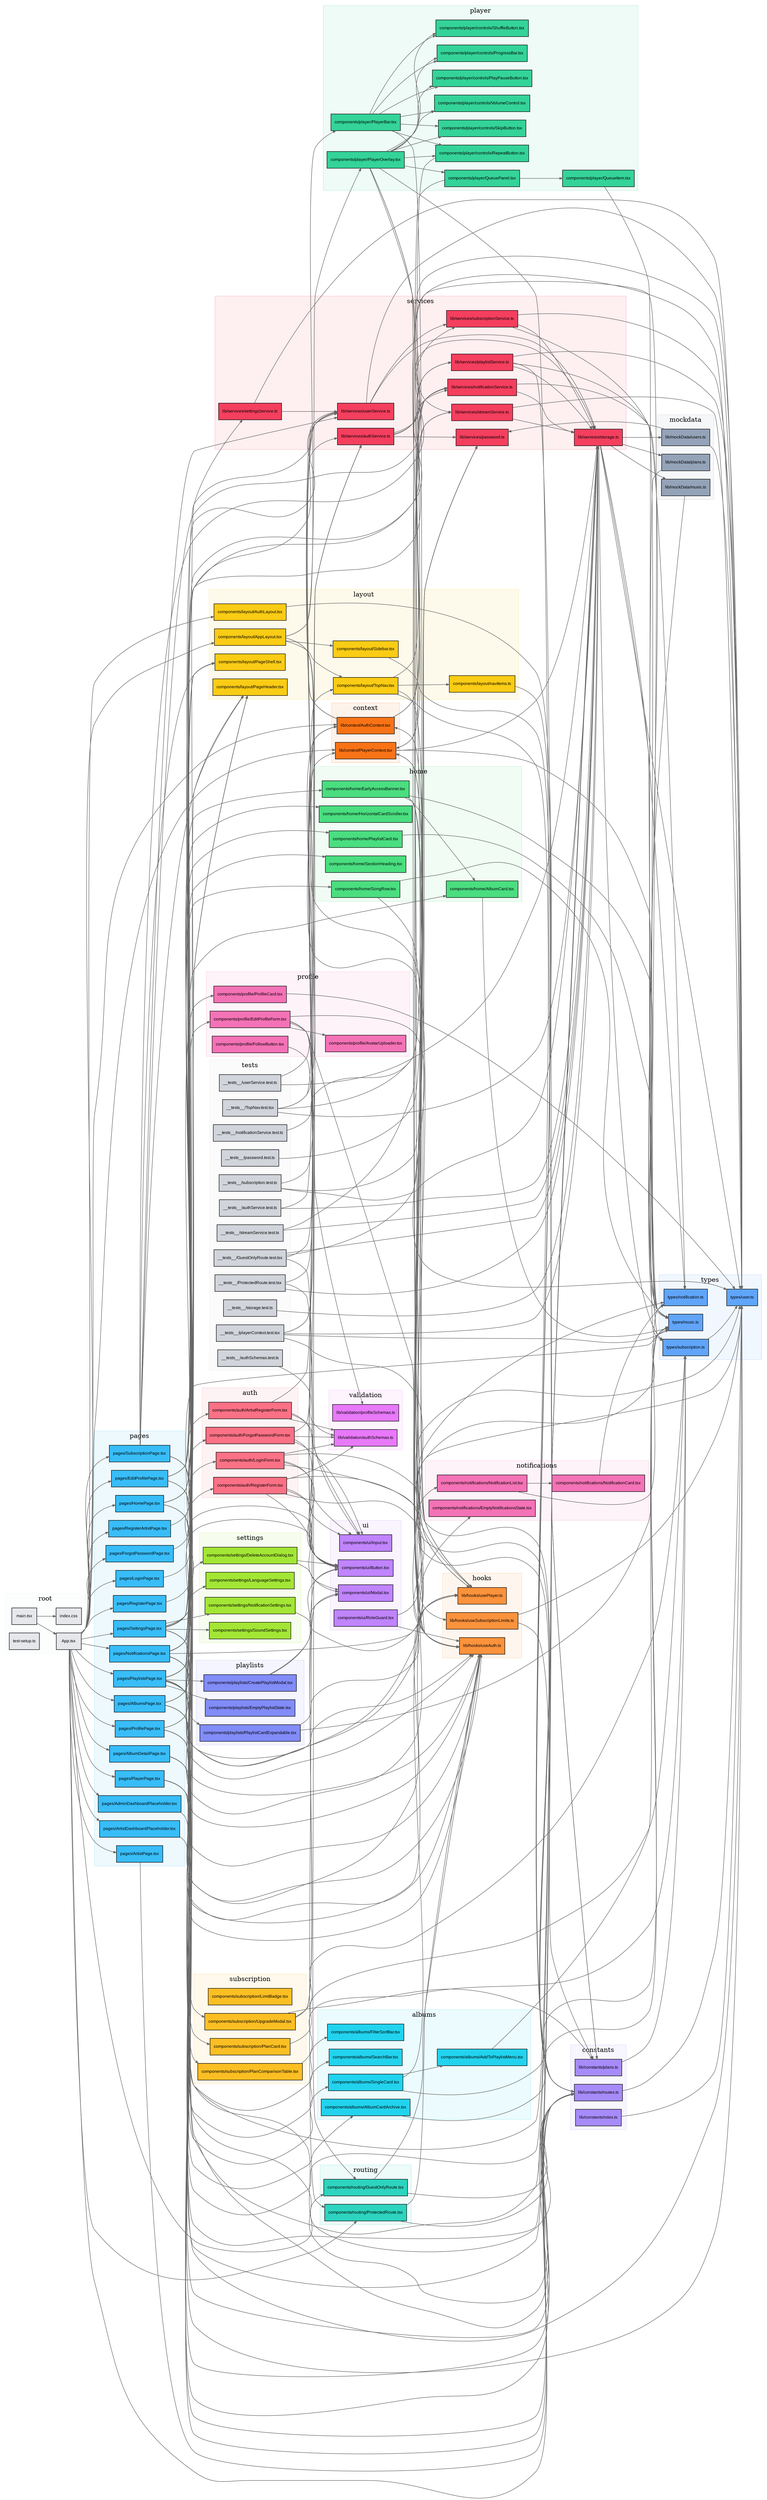
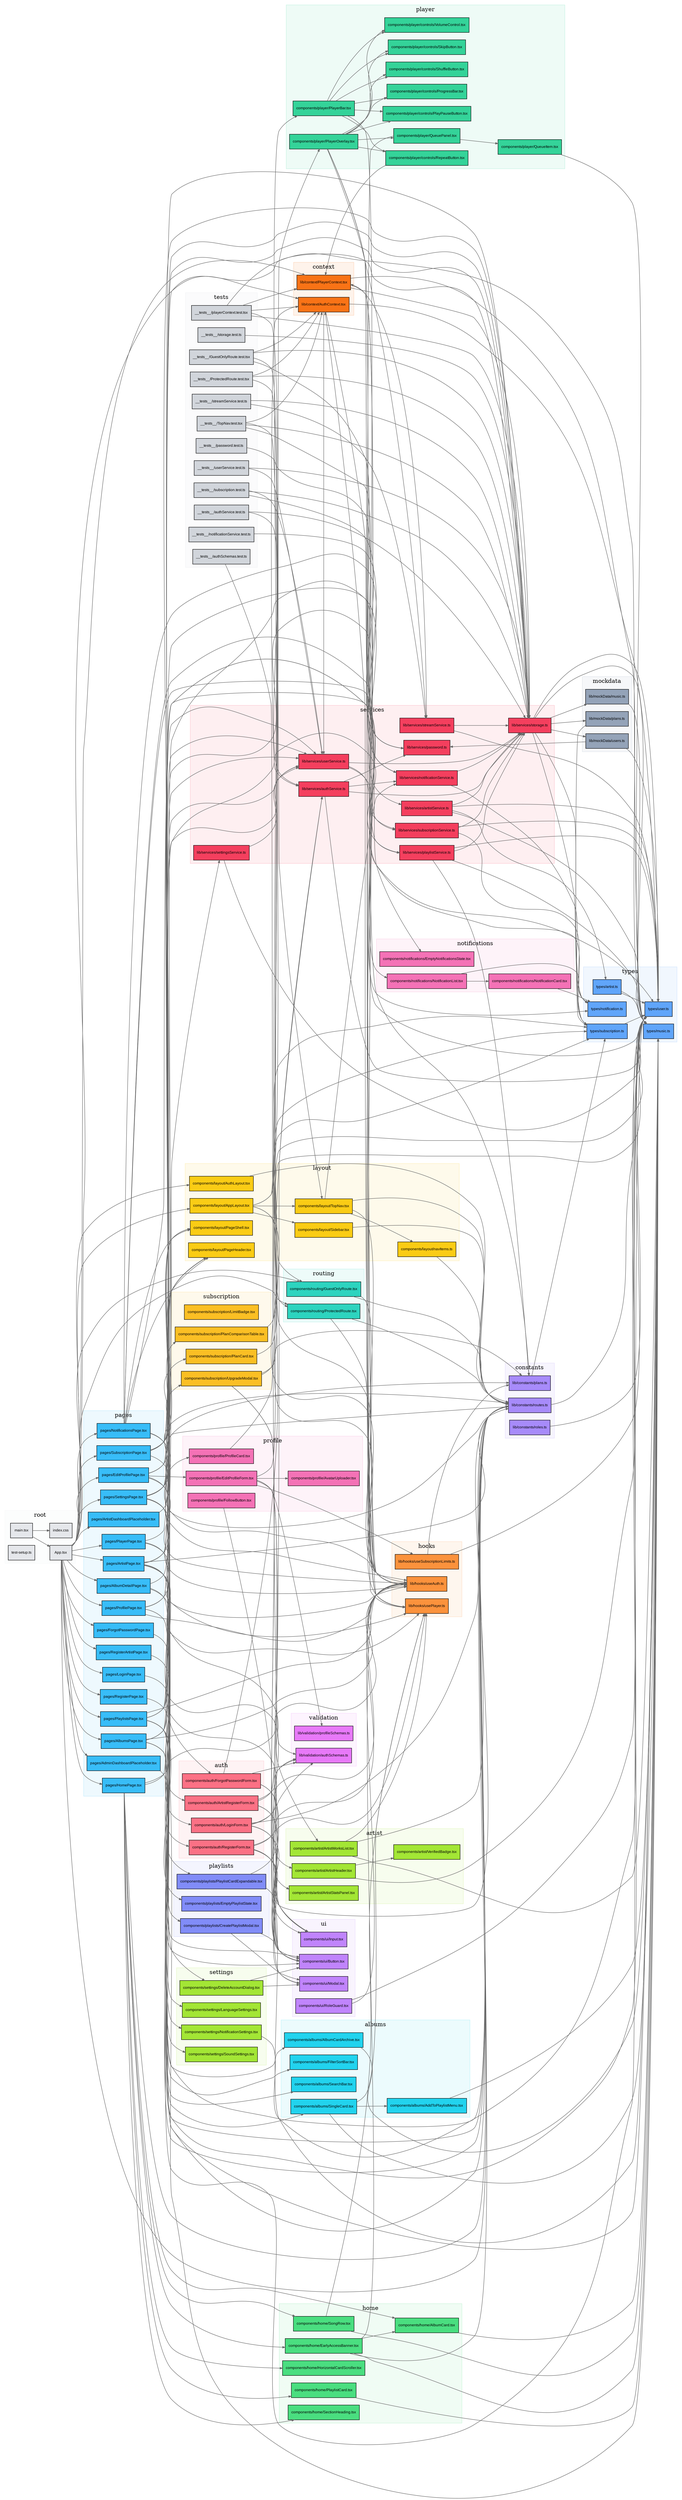
digraph G {
  rankdir=LR;
  node [shape=box, style=filled, fontname="Arial", fontsize=9];
  edge [color="#666666", arrowsize=0.6];
  compound=true;

  subgraph cluster_root {
    label="root";
    style=filled;
    color="#e5e7eb40";
    fillcolor="#e5e7eb15";
    "App.tsx" [fillcolor="#e5e7eb"];
    "index.css" [fillcolor="#e5e7eb"];
    "main.tsx" [fillcolor="#e5e7eb"];
    "test-setup.ts" [fillcolor="#e5e7eb"];
  }

  subgraph cluster_tests {
    label="tests";
    style=filled;
    color="#d1d5db40";
    fillcolor="#d1d5db15";
    "__tests__/GuestOnlyRoute.test.tsx" [fillcolor="#d1d5db"];
    "__tests__/ProtectedRoute.test.tsx" [fillcolor="#d1d5db"];
    "__tests__/TopNav.test.tsx" [fillcolor="#d1d5db"];
    "__tests__/authSchemas.test.ts" [fillcolor="#d1d5db"];
    "__tests__/authService.test.ts" [fillcolor="#d1d5db"];
    "__tests__/notificationService.test.ts" [fillcolor="#d1d5db"];
    "__tests__/password.test.ts" [fillcolor="#d1d5db"];
    "__tests__/playerContext.test.tsx" [fillcolor="#d1d5db"];
    "__tests__/storage.test.ts" [fillcolor="#d1d5db"];
    "__tests__/streamService.test.ts" [fillcolor="#d1d5db"];
    "__tests__/subscription.test.ts" [fillcolor="#d1d5db"];
    "__tests__/userService.test.ts" [fillcolor="#d1d5db"];
  }

  subgraph cluster_albums {
    label="albums";
    style=filled;
    color="#22d3ee40";
    fillcolor="#22d3ee15";
    "components/albums/AddToPlaylistMenu.tsx" [fillcolor="#22d3ee"];
    "components/albums/AlbumCardArchive.tsx" [fillcolor="#22d3ee"];
    "components/albums/FilterSortBar.tsx" [fillcolor="#22d3ee"];
    "components/albums/SearchBar.tsx" [fillcolor="#22d3ee"];
    "components/albums/SingleCard.tsx" [fillcolor="#22d3ee"];
  }

+   subgraph cluster_artist {
+     label="artist";
+     style=filled;
+     color="#a3e63540";
+     fillcolor="#a3e63515";
+     "components/artist/ArtistHeader.tsx" [fillcolor="#a3e635"];
+     "components/artist/ArtistStatsPanel.tsx" [fillcolor="#a3e635"];
+     "components/artist/ArtistWorksList.tsx" [fillcolor="#a3e635"];
+     "components/artist/VerifiedBadge.tsx" [fillcolor="#a3e635"];
+   }
+ 
  subgraph cluster_auth {
    label="auth";
    style=filled;
    color="#fb718540";
    fillcolor="#fb718515";
    "components/auth/ArtistRegisterForm.tsx" [fillcolor="#fb7185"];
    "components/auth/ForgotPasswordForm.tsx" [fillcolor="#fb7185"];
    "components/auth/LoginForm.tsx" [fillcolor="#fb7185"];
    "components/auth/RegisterForm.tsx" [fillcolor="#fb7185"];
  }

  subgraph cluster_home {
    label="home";
    style=filled;
    color="#4ade8040";
    fillcolor="#4ade8015";
    "components/home/AlbumCard.tsx" [fillcolor="#4ade80"];
    "components/home/EarlyAccessBanner.tsx" [fillcolor="#4ade80"];
    "components/home/HorizontalCardScroller.tsx" [fillcolor="#4ade80"];
    "components/home/PlaylistCard.tsx" [fillcolor="#4ade80"];
    "components/home/SectionHeading.tsx" [fillcolor="#4ade80"];
    "components/home/SongRow.tsx" [fillcolor="#4ade80"];
  }

  subgraph cluster_layout {
    label="layout";
    style=filled;
    color="#facc1540";
    fillcolor="#facc1515";
    "components/layout/AppLayout.tsx" [fillcolor="#facc15"];
    "components/layout/AuthLayout.tsx" [fillcolor="#facc15"];
    "components/layout/PageHeader.tsx" [fillcolor="#facc15"];
    "components/layout/PageShell.tsx" [fillcolor="#facc15"];
    "components/layout/Sidebar.tsx" [fillcolor="#facc15"];
    "components/layout/TopNav.tsx" [fillcolor="#facc15"];
    "components/layout/navItems.ts" [fillcolor="#facc15"];
  }

  subgraph cluster_notifications {
    label="notifications";
    style=filled;
    color="#f472b640";
    fillcolor="#f472b615";
    "components/notifications/EmptyNotificationsState.tsx" [fillcolor="#f472b6"];
    "components/notifications/NotificationCard.tsx" [fillcolor="#f472b6"];
    "components/notifications/NotificationList.tsx" [fillcolor="#f472b6"];
  }

  subgraph cluster_player {
    label="player";
    style=filled;
    color="#34d39940";
    fillcolor="#34d39915";
    "components/player/PlayerBar.tsx" [fillcolor="#34d399"];
    "components/player/PlayerOverlay.tsx" [fillcolor="#34d399"];
    "components/player/QueueItem.tsx" [fillcolor="#34d399"];
    "components/player/QueuePanel.tsx" [fillcolor="#34d399"];
    "components/player/controls/PlayPauseButton.tsx" [fillcolor="#34d399"];
    "components/player/controls/ProgressBar.tsx" [fillcolor="#34d399"];
    "components/player/controls/RepeatButton.tsx" [fillcolor="#34d399"];
    "components/player/controls/ShuffleButton.tsx" [fillcolor="#34d399"];
    "components/player/controls/SkipButton.tsx" [fillcolor="#34d399"];
    "components/player/controls/VolumeControl.tsx" [fillcolor="#34d399"];
  }

  subgraph cluster_playlists {
    label="playlists";
    style=filled;
    color="#818cf840";
    fillcolor="#818cf815";
    "components/playlists/CreatePlaylistModal.tsx" [fillcolor="#818cf8"];
    "components/playlists/EmptyPlaylistState.tsx" [fillcolor="#818cf8"];
    "components/playlists/PlaylistCardExpandable.tsx" [fillcolor="#818cf8"];
  }

  subgraph cluster_profile {
    label="profile";
    style=filled;
    color="#f472b640";
    fillcolor="#f472b615";
    "components/profile/AvatarUploader.tsx" [fillcolor="#f472b6"];
    "components/profile/EditProfileForm.tsx" [fillcolor="#f472b6"];
    "components/profile/FollowButton.tsx" [fillcolor="#f472b6"];
    "components/profile/ProfileCard.tsx" [fillcolor="#f472b6"];
  }

  subgraph cluster_routing {
    label="routing";
    style=filled;
    color="#2dd4bf40";
    fillcolor="#2dd4bf15";
    "components/routing/GuestOnlyRoute.tsx" [fillcolor="#2dd4bf"];
    "components/routing/ProtectedRoute.tsx" [fillcolor="#2dd4bf"];
  }

  subgraph cluster_settings {
    label="settings";
    style=filled;
    color="#a3e63540";
    fillcolor="#a3e63515";
    "components/settings/DeleteAccountDialog.tsx" [fillcolor="#a3e635"];
    "components/settings/LanguageSettings.tsx" [fillcolor="#a3e635"];
    "components/settings/NotificationSettings.tsx" [fillcolor="#a3e635"];
    "components/settings/SoundSettings.tsx" [fillcolor="#a3e635"];
  }

  subgraph cluster_subscription {
    label="subscription";
    style=filled;
    color="#fbbf2440";
    fillcolor="#fbbf2415";
    "components/subscription/LimitBadge.tsx" [fillcolor="#fbbf24"];
    "components/subscription/PlanCard.tsx" [fillcolor="#fbbf24"];
    "components/subscription/PlanComparisonTable.tsx" [fillcolor="#fbbf24"];
    "components/subscription/UpgradeModal.tsx" [fillcolor="#fbbf24"];
  }

  subgraph cluster_ui {
    label="ui";
    style=filled;
    color="#c084fc40";
    fillcolor="#c084fc15";
    "components/ui/Button.tsx" [fillcolor="#c084fc"];
    "components/ui/Input.tsx" [fillcolor="#c084fc"];
    "components/ui/Modal.tsx" [fillcolor="#c084fc"];
    "components/ui/RoleGuard.tsx" [fillcolor="#c084fc"];
  }

  subgraph cluster_constants {
    label="constants";
    style=filled;
    color="#a78bfa40";
    fillcolor="#a78bfa15";
    "lib/constants/plans.ts" [fillcolor="#a78bfa"];
    "lib/constants/roles.ts" [fillcolor="#a78bfa"];
    "lib/constants/routes.ts" [fillcolor="#a78bfa"];
  }

  subgraph cluster_context {
    label="context";
    style=filled;
    color="#f9731640";
    fillcolor="#f9731615";
    "lib/context/AuthContext.tsx" [fillcolor="#f97316"];
    "lib/context/PlayerContext.tsx" [fillcolor="#f97316"];
  }

  subgraph cluster_hooks {
    label="hooks";
    style=filled;
    color="#fb923c40";
    fillcolor="#fb923c15";
    "lib/hooks/useAuth.ts" [fillcolor="#fb923c"];
    "lib/hooks/usePlayer.ts" [fillcolor="#fb923c"];
    "lib/hooks/useSubscriptionLimits.ts" [fillcolor="#fb923c"];
  }

  subgraph cluster_mockdata {
    label="mockdata";
    style=filled;
    color="#94a3b840";
    fillcolor="#94a3b815";
    "lib/mockData/music.ts" [fillcolor="#94a3b8"];
    "lib/mockData/plans.ts" [fillcolor="#94a3b8"];
    "lib/mockData/users.ts" [fillcolor="#94a3b8"];
  }

  subgraph cluster_services {
    label="services";
    style=filled;
    color="#f43f5e40";
    fillcolor="#f43f5e15";
+     "lib/services/artistService.ts" [fillcolor="#f43f5e"];
    "lib/services/authService.ts" [fillcolor="#f43f5e"];
    "lib/services/notificationService.ts" [fillcolor="#f43f5e"];
    "lib/services/password.ts" [fillcolor="#f43f5e"];
    "lib/services/playlistService.ts" [fillcolor="#f43f5e"];
    "lib/services/settingsService.ts" [fillcolor="#f43f5e"];
    "lib/services/storage.ts" [fillcolor="#f43f5e"];
    "lib/services/streamService.ts" [fillcolor="#f43f5e"];
    "lib/services/subscriptionService.ts" [fillcolor="#f43f5e"];
    "lib/services/userService.ts" [fillcolor="#f43f5e"];
  }

  subgraph cluster_validation {
    label="validation";
    style=filled;
    color="#e879f940";
    fillcolor="#e879f915";
    "lib/validation/authSchemas.ts" [fillcolor="#e879f9"];
    "lib/validation/profileSchemas.ts" [fillcolor="#e879f9"];
  }

  subgraph cluster_pages {
    label="pages";
    style=filled;
    color="#38bdf840";
    fillcolor="#38bdf815";
    "pages/AdminDashboardPlaceholder.tsx" [fillcolor="#38bdf8"];
    "pages/AlbumDetailPage.tsx" [fillcolor="#38bdf8"];
    "pages/AlbumsPage.tsx" [fillcolor="#38bdf8"];
    "pages/ArtistDashboardPlaceholder.tsx" [fillcolor="#38bdf8"];
    "pages/ArtistPage.tsx" [fillcolor="#38bdf8"];
    "pages/EditProfilePage.tsx" [fillcolor="#38bdf8"];
    "pages/ForgotPasswordPage.tsx" [fillcolor="#38bdf8"];
    "pages/HomePage.tsx" [fillcolor="#38bdf8"];
    "pages/LoginPage.tsx" [fillcolor="#38bdf8"];
    "pages/NotificationsPage.tsx" [fillcolor="#38bdf8"];
    "pages/PlayerPage.tsx" [fillcolor="#38bdf8"];
    "pages/PlaylistsPage.tsx" [fillcolor="#38bdf8"];
    "pages/ProfilePage.tsx" [fillcolor="#38bdf8"];
    "pages/RegisterArtistPage.tsx" [fillcolor="#38bdf8"];
    "pages/RegisterPage.tsx" [fillcolor="#38bdf8"];
    "pages/SettingsPage.tsx" [fillcolor="#38bdf8"];
    "pages/SubscriptionPage.tsx" [fillcolor="#38bdf8"];
  }

  subgraph cluster_types {
    label="types";
    style=filled;
    color="#60a5fa40";
    fillcolor="#60a5fa15";
+     "types/artist.ts" [fillcolor="#60a5fa"];
    "types/music.ts" [fillcolor="#60a5fa"];
    "types/notification.ts" [fillcolor="#60a5fa"];
    "types/subscription.ts" [fillcolor="#60a5fa"];
    "types/user.ts" [fillcolor="#60a5fa"];
  }

  "App.tsx" -> "components/layout/AppLayout.tsx";
  "App.tsx" -> "components/layout/AuthLayout.tsx";
  "App.tsx" -> "components/routing/GuestOnlyRoute.tsx";
  "App.tsx" -> "components/routing/ProtectedRoute.tsx";
  "App.tsx" -> "lib/constants/routes.ts";
  "App.tsx" -> "lib/context/AuthContext.tsx";
  "App.tsx" -> "lib/context/PlayerContext.tsx";
  "App.tsx" -> "pages/AdminDashboardPlaceholder.tsx";
  "App.tsx" -> "pages/AlbumDetailPage.tsx";
  "App.tsx" -> "pages/AlbumsPage.tsx";
  "App.tsx" -> "pages/ArtistDashboardPlaceholder.tsx";
  "App.tsx" -> "pages/ArtistPage.tsx";
  "App.tsx" -> "pages/EditProfilePage.tsx";
  "App.tsx" -> "pages/ForgotPasswordPage.tsx";
  "App.tsx" -> "pages/HomePage.tsx";
  "App.tsx" -> "pages/LoginPage.tsx";
  "App.tsx" -> "pages/NotificationsPage.tsx";
  "App.tsx" -> "pages/PlayerPage.tsx";
  "App.tsx" -> "pages/PlaylistsPage.tsx";
  "App.tsx" -> "pages/ProfilePage.tsx";
  "App.tsx" -> "pages/RegisterArtistPage.tsx";
  "App.tsx" -> "pages/RegisterPage.tsx";
  "App.tsx" -> "pages/SettingsPage.tsx";
  "App.tsx" -> "pages/SubscriptionPage.tsx";
  "__tests__/GuestOnlyRoute.test.tsx" -> "components/routing/GuestOnlyRoute.tsx";
  "__tests__/GuestOnlyRoute.test.tsx" -> "lib/context/AuthContext.tsx";
  "__tests__/GuestOnlyRoute.test.tsx" -> "lib/services/password.ts";
  "__tests__/GuestOnlyRoute.test.tsx" -> "lib/services/storage.ts";
  "__tests__/ProtectedRoute.test.tsx" -> "components/routing/ProtectedRoute.tsx";
  "__tests__/ProtectedRoute.test.tsx" -> "lib/context/AuthContext.tsx";
  "__tests__/ProtectedRoute.test.tsx" -> "lib/services/storage.ts";
  "__tests__/TopNav.test.tsx" -> "components/layout/TopNav.tsx";
  "__tests__/TopNav.test.tsx" -> "lib/context/AuthContext.tsx";
  "__tests__/TopNav.test.tsx" -> "lib/services/password.ts";
  "__tests__/TopNav.test.tsx" -> "lib/services/storage.ts";
  "__tests__/authSchemas.test.ts" -> "lib/validation/authSchemas.ts";
  "__tests__/authService.test.ts" -> "lib/services/authService.ts";
  "__tests__/authService.test.ts" -> "lib/services/storage.ts";
  "__tests__/notificationService.test.ts" -> "lib/services/notificationService.ts";
  "__tests__/password.test.ts" -> "lib/services/password.ts";
  "__tests__/playerContext.test.tsx" -> "lib/context/AuthContext.tsx";
  "__tests__/playerContext.test.tsx" -> "lib/context/PlayerContext.tsx";
  "__tests__/playerContext.test.tsx" -> "lib/hooks/useAuth.ts";
  "__tests__/playerContext.test.tsx" -> "lib/services/storage.ts";
  "__tests__/playerContext.test.tsx" -> "types/music.ts";
  "__tests__/storage.test.ts" -> "lib/services/storage.ts";
  "__tests__/streamService.test.ts" -> "lib/services/storage.ts";
  "__tests__/streamService.test.ts" -> "lib/services/streamService.ts";
  "__tests__/subscription.test.ts" -> "lib/services/password.ts";
  "__tests__/subscription.test.ts" -> "lib/services/storage.ts";
  "__tests__/subscription.test.ts" -> "lib/services/userService.ts";
  "__tests__/userService.test.ts" -> "lib/services/storage.ts";
  "__tests__/userService.test.ts" -> "lib/services/userService.ts";
  "components/albums/AddToPlaylistMenu.tsx" -> "types/music.ts";
  "components/albums/AlbumCardArchive.tsx" -> "types/music.ts";
  "components/albums/SingleCard.tsx" -> "components/albums/AddToPlaylistMenu.tsx";
  "components/albums/SingleCard.tsx" -> "lib/hooks/usePlayer.ts";
  "components/albums/SingleCard.tsx" -> "types/music.ts";
+   "components/artist/ArtistHeader.tsx" -> "components/artist/VerifiedBadge.tsx";
+   "components/artist/ArtistHeader.tsx" -> "types/user.ts";
+   "components/artist/ArtistWorksList.tsx" -> "lib/constants/routes.ts";
+   "components/artist/ArtistWorksList.tsx" -> "lib/hooks/usePlayer.ts";
+   "components/artist/ArtistWorksList.tsx" -> "types/music.ts";
  "components/auth/ArtistRegisterForm.tsx" -> "components/ui/Button.tsx";
  "components/auth/ArtistRegisterForm.tsx" -> "components/ui/Input.tsx";
  "components/auth/ArtistRegisterForm.tsx" -> "lib/services/authService.ts";
  "components/auth/ArtistRegisterForm.tsx" -> "lib/validation/authSchemas.ts";
  "components/auth/ForgotPasswordForm.tsx" -> "components/ui/Button.tsx";
  "components/auth/ForgotPasswordForm.tsx" -> "components/ui/Input.tsx";
  "components/auth/ForgotPasswordForm.tsx" -> "lib/services/authService.ts";
  "components/auth/ForgotPasswordForm.tsx" -> "lib/validation/authSchemas.ts";
  "components/auth/LoginForm.tsx" -> "components/ui/Button.tsx";
  "components/auth/LoginForm.tsx" -> "components/ui/Input.tsx";
  "components/auth/LoginForm.tsx" -> "lib/constants/routes.ts";
  "components/auth/LoginForm.tsx" -> "lib/hooks/useAuth.ts";
  "components/auth/LoginForm.tsx" -> "lib/validation/authSchemas.ts";
  "components/auth/RegisterForm.tsx" -> "components/ui/Button.tsx";
  "components/auth/RegisterForm.tsx" -> "components/ui/Input.tsx";
  "components/auth/RegisterForm.tsx" -> "components/ui/Modal.tsx";
  "components/auth/RegisterForm.tsx" -> "lib/constants/routes.ts";
  "components/auth/RegisterForm.tsx" -> "lib/hooks/useAuth.ts";
  "components/auth/RegisterForm.tsx" -> "lib/validation/authSchemas.ts";
  "components/home/AlbumCard.tsx" -> "types/music.ts";
  "components/home/EarlyAccessBanner.tsx" -> "components/home/AlbumCard.tsx";
  "components/home/EarlyAccessBanner.tsx" -> "lib/constants/routes.ts";
  "components/home/EarlyAccessBanner.tsx" -> "lib/hooks/useAuth.ts";
  "components/home/EarlyAccessBanner.tsx" -> "types/music.ts";
  "components/home/PlaylistCard.tsx" -> "types/music.ts";
  "components/home/SongRow.tsx" -> "lib/hooks/usePlayer.ts";
  "components/home/SongRow.tsx" -> "types/music.ts";
  "components/layout/AppLayout.tsx" -> "components/layout/Sidebar.tsx";
  "components/layout/AppLayout.tsx" -> "components/layout/TopNav.tsx";
  "components/layout/AppLayout.tsx" -> "components/player/PlayerBar.tsx";
  "components/layout/AppLayout.tsx" -> "components/player/PlayerOverlay.tsx";
  "components/layout/AppLayout.tsx" -> "lib/hooks/useAuth.ts";
  "components/layout/AppLayout.tsx" -> "lib/hooks/usePlayer.ts";
  "components/layout/AuthLayout.tsx" -> "lib/constants/routes.ts";
  "components/layout/Sidebar.tsx" -> "lib/constants/routes.ts";
  "components/layout/TopNav.tsx" -> "components/layout/navItems.ts";
  "components/layout/TopNav.tsx" -> "lib/constants/routes.ts";
  "components/layout/TopNav.tsx" -> "lib/hooks/useAuth.ts";
  "components/layout/TopNav.tsx" -> "lib/services/notificationService.ts";
  "components/layout/navItems.ts" -> "lib/constants/routes.ts";
  "components/notifications/NotificationCard.tsx" -> "types/notification.ts";
  "components/notifications/NotificationList.tsx" -> "components/notifications/NotificationCard.tsx";
  "components/notifications/NotificationList.tsx" -> "types/notification.ts";
  "components/player/PlayerBar.tsx" -> "components/player/controls/PlayPauseButton.tsx";
  "components/player/PlayerBar.tsx" -> "components/player/controls/ProgressBar.tsx";
  "components/player/PlayerBar.tsx" -> "components/player/controls/RepeatButton.tsx";
  "components/player/PlayerBar.tsx" -> "components/player/controls/ShuffleButton.tsx";
  "components/player/PlayerBar.tsx" -> "components/player/controls/SkipButton.tsx";
  "components/player/PlayerBar.tsx" -> "components/player/controls/VolumeControl.tsx";
  "components/player/PlayerBar.tsx" -> "lib/hooks/usePlayer.ts";
  "components/player/PlayerOverlay.tsx" -> "components/player/QueuePanel.tsx";
  "components/player/PlayerOverlay.tsx" -> "components/player/controls/PlayPauseButton.tsx";
  "components/player/PlayerOverlay.tsx" -> "components/player/controls/ProgressBar.tsx";
  "components/player/PlayerOverlay.tsx" -> "components/player/controls/RepeatButton.tsx";
  "components/player/PlayerOverlay.tsx" -> "components/player/controls/ShuffleButton.tsx";
  "components/player/PlayerOverlay.tsx" -> "components/player/controls/SkipButton.tsx";
  "components/player/PlayerOverlay.tsx" -> "components/player/controls/VolumeControl.tsx";
  "components/player/PlayerOverlay.tsx" -> "lib/constants/plans.ts";
  "components/player/PlayerOverlay.tsx" -> "lib/hooks/useAuth.ts";
  "components/player/PlayerOverlay.tsx" -> "lib/hooks/usePlayer.ts";
  "components/player/PlayerOverlay.tsx" -> "lib/services/streamService.ts";
  "components/player/QueueItem.tsx" -> "types/music.ts";
  "components/player/QueuePanel.tsx" -> "components/player/QueueItem.tsx";
  "components/player/QueuePanel.tsx" -> "lib/hooks/usePlayer.ts";
  "components/player/controls/RepeatButton.tsx" -> "lib/context/PlayerContext.tsx";
  "components/playlists/CreatePlaylistModal.tsx" -> "components/ui/Button.tsx";
  "components/playlists/CreatePlaylistModal.tsx" -> "components/ui/Modal.tsx";
  "components/playlists/PlaylistCardExpandable.tsx" -> "lib/hooks/usePlayer.ts";
  "components/playlists/PlaylistCardExpandable.tsx" -> "types/music.ts";
  "components/profile/EditProfileForm.tsx" -> "components/profile/AvatarUploader.tsx";
  "components/profile/EditProfileForm.tsx" -> "components/ui/Button.tsx";
  "components/profile/EditProfileForm.tsx" -> "components/ui/Input.tsx";
  "components/profile/EditProfileForm.tsx" -> "lib/hooks/useSubscriptionLimits.ts";
  "components/profile/EditProfileForm.tsx" -> "lib/validation/profileSchemas.ts";
  "components/profile/EditProfileForm.tsx" -> "types/user.ts";
  "components/profile/FollowButton.tsx" -> "components/ui/Button.tsx";
  "components/profile/ProfileCard.tsx" -> "types/user.ts";
  "components/routing/GuestOnlyRoute.tsx" -> "lib/constants/routes.ts";
  "components/routing/GuestOnlyRoute.tsx" -> "lib/hooks/useAuth.ts";
  "components/routing/ProtectedRoute.tsx" -> "lib/constants/routes.ts";
  "components/routing/ProtectedRoute.tsx" -> "lib/hooks/useAuth.ts";
  "components/settings/DeleteAccountDialog.tsx" -> "components/ui/Button.tsx";
  "components/settings/DeleteAccountDialog.tsx" -> "components/ui/Modal.tsx";
  "components/settings/NotificationSettings.tsx" -> "types/user.ts";
  "components/subscription/PlanCard.tsx" -> "types/subscription.ts";
  "components/subscription/PlanComparisonTable.tsx" -> "types/subscription.ts";
  "components/subscription/UpgradeModal.tsx" -> "components/ui/Button.tsx";
  "components/subscription/UpgradeModal.tsx" -> "components/ui/Modal.tsx";
  "components/subscription/UpgradeModal.tsx" -> "lib/constants/plans.ts";
  "components/subscription/UpgradeModal.tsx" -> "types/subscription.ts";
  "components/ui/RoleGuard.tsx" -> "lib/hooks/useAuth.ts";
  "components/ui/RoleGuard.tsx" -> "types/user.ts";
  "lib/constants/plans.ts" -> "types/subscription.ts";
  "lib/constants/roles.ts" -> "types/user.ts";
  "lib/constants/routes.ts" -> "types/user.ts";
  "lib/context/AuthContext.tsx" -> "lib/services/authService.ts";
  "lib/context/AuthContext.tsx" -> "lib/services/notificationService.ts";
  "lib/context/AuthContext.tsx" -> "lib/services/userService.ts";
  "lib/context/AuthContext.tsx" -> "types/user.ts";
  "lib/context/PlayerContext.tsx" -> "lib/hooks/useAuth.ts";
  "lib/context/PlayerContext.tsx" -> "lib/services/storage.ts";
  "lib/context/PlayerContext.tsx" -> "lib/services/streamService.ts";
  "lib/context/PlayerContext.tsx" -> "types/music.ts";
  "lib/hooks/useAuth.ts" -> "lib/context/AuthContext.tsx";
  "lib/hooks/usePlayer.ts" -> "lib/context/PlayerContext.tsx";
  "lib/hooks/useSubscriptionLimits.ts" -> "lib/constants/plans.ts";
  "lib/hooks/useSubscriptionLimits.ts" -> "types/user.ts";
  "lib/mockData/music.ts" -> "types/music.ts";
  "lib/mockData/plans.ts" -> "types/subscription.ts";
  "lib/mockData/users.ts" -> "lib/services/password.ts";
  "lib/mockData/users.ts" -> "types/user.ts";
+   "lib/services/artistService.ts" -> "lib/services/storage.ts";
+   "lib/services/artistService.ts" -> "types/artist.ts";
+   "lib/services/artistService.ts" -> "types/music.ts";
+   "lib/services/artistService.ts" -> "types/user.ts";
  "lib/services/authService.ts" -> "lib/services/notificationService.ts";
  "lib/services/authService.ts" -> "lib/services/password.ts";
  "lib/services/authService.ts" -> "lib/services/storage.ts";
  "lib/services/authService.ts" -> "types/user.ts";
  "lib/services/notificationService.ts" -> "lib/services/storage.ts";
  "lib/services/notificationService.ts" -> "types/notification.ts";
  "lib/services/playlistService.ts" -> "lib/constants/plans.ts";
  "lib/services/playlistService.ts" -> "lib/services/storage.ts";
  "lib/services/playlistService.ts" -> "types/music.ts";
  "lib/services/playlistService.ts" -> "types/user.ts";
  "lib/services/settingsService.ts" -> "lib/services/userService.ts";
  "lib/services/settingsService.ts" -> "types/user.ts";
  "lib/services/storage.ts" -> "lib/mockData/music.ts";
  "lib/services/storage.ts" -> "lib/mockData/plans.ts";
  "lib/services/storage.ts" -> "lib/mockData/users.ts";
  "lib/services/storage.ts" -> "types/music.ts";
  "lib/services/storage.ts" -> "types/notification.ts";
  "lib/services/storage.ts" -> "types/subscription.ts";
  "lib/services/storage.ts" -> "types/user.ts";
  "lib/services/streamService.ts" -> "lib/services/storage.ts";
  "lib/services/streamService.ts" -> "types/user.ts";
  "lib/services/subscriptionService.ts" -> "lib/services/storage.ts";
  "lib/services/subscriptionService.ts" -> "types/subscription.ts";
  "lib/services/subscriptionService.ts" -> "types/user.ts";
  "lib/services/userService.ts" -> "lib/services/storage.ts";
  "lib/services/userService.ts" -> "lib/services/subscriptionService.ts";
  "lib/services/userService.ts" -> "types/user.ts";
  "main.tsx" -> "App.tsx";
  "main.tsx" -> "index.css";
  "pages/AdminDashboardPlaceholder.tsx" -> "lib/constants/routes.ts";
  "pages/AlbumDetailPage.tsx" -> "lib/constants/routes.ts";
  "pages/AlbumDetailPage.tsx" -> "lib/hooks/usePlayer.ts";
  "pages/AlbumDetailPage.tsx" -> "lib/services/storage.ts";
  "pages/AlbumsPage.tsx" -> "components/albums/AlbumCardArchive.tsx";
  "pages/AlbumsPage.tsx" -> "components/albums/FilterSortBar.tsx";
  "pages/AlbumsPage.tsx" -> "components/albums/SearchBar.tsx";
  "pages/AlbumsPage.tsx" -> "components/albums/SingleCard.tsx";
  "pages/AlbumsPage.tsx" -> "components/layout/PageHeader.tsx";
  "pages/AlbumsPage.tsx" -> "lib/hooks/useAuth.ts";
  "pages/AlbumsPage.tsx" -> "lib/services/playlistService.ts";
  "pages/AlbumsPage.tsx" -> "lib/services/storage.ts";
  "pages/AlbumsPage.tsx" -> "types/music.ts";
  "pages/ArtistDashboardPlaceholder.tsx" -> "lib/constants/routes.ts";
+   "pages/ArtistPage.tsx" -> "components/artist/ArtistHeader.tsx";
+   "pages/ArtistPage.tsx" -> "components/artist/ArtistStatsPanel.tsx";
+   "pages/ArtistPage.tsx" -> "components/artist/ArtistWorksList.tsx";
+   "pages/ArtistPage.tsx" -> "lib/constants/plans.ts";
  "pages/ArtistPage.tsx" -> "lib/constants/routes.ts";
+   "pages/ArtistPage.tsx" -> "lib/hooks/useAuth.ts";
+   "pages/ArtistPage.tsx" -> "lib/services/artistService.ts";
+   "pages/ArtistPage.tsx" -> "lib/services/userService.ts";
+   "pages/ArtistPage.tsx" -> "types/user.ts";
  "pages/EditProfilePage.tsx" -> "components/layout/PageHeader.tsx";
  "pages/EditProfilePage.tsx" -> "components/layout/PageShell.tsx";
  "pages/EditProfilePage.tsx" -> "components/profile/EditProfileForm.tsx";
  "pages/EditProfilePage.tsx" -> "lib/constants/routes.ts";
  "pages/EditProfilePage.tsx" -> "lib/hooks/useAuth.ts";
  "pages/EditProfilePage.tsx" -> "lib/services/userService.ts";
  "pages/ForgotPasswordPage.tsx" -> "components/auth/ForgotPasswordForm.tsx";
  "pages/HomePage.tsx" -> "components/home/AlbumCard.tsx";
  "pages/HomePage.tsx" -> "components/home/EarlyAccessBanner.tsx";
  "pages/HomePage.tsx" -> "components/home/HorizontalCardScroller.tsx";
  "pages/HomePage.tsx" -> "components/home/PlaylistCard.tsx";
  "pages/HomePage.tsx" -> "components/home/SectionHeading.tsx";
  "pages/HomePage.tsx" -> "components/home/SongRow.tsx";
  "pages/HomePage.tsx" -> "lib/constants/routes.ts";
  "pages/HomePage.tsx" -> "lib/hooks/useAuth.ts";
  "pages/HomePage.tsx" -> "lib/services/storage.ts";
  "pages/LoginPage.tsx" -> "components/auth/LoginForm.tsx";
  "pages/NotificationsPage.tsx" -> "components/layout/PageHeader.tsx";
  "pages/NotificationsPage.tsx" -> "components/layout/PageShell.tsx";
  "pages/NotificationsPage.tsx" -> "components/notifications/EmptyNotificationsState.tsx";
  "pages/NotificationsPage.tsx" -> "components/notifications/NotificationList.tsx";
  "pages/NotificationsPage.tsx" -> "components/ui/Button.tsx";
  "pages/NotificationsPage.tsx" -> "lib/hooks/useAuth.ts";
  "pages/NotificationsPage.tsx" -> "lib/services/notificationService.ts";
  "pages/NotificationsPage.tsx" -> "types/notification.ts";
  "pages/PlayerPage.tsx" -> "lib/constants/routes.ts";
  "pages/PlayerPage.tsx" -> "lib/hooks/usePlayer.ts";
  "pages/PlayerPage.tsx" -> "lib/services/storage.ts";
  "pages/PlaylistsPage.tsx" -> "components/layout/PageHeader.tsx";
  "pages/PlaylistsPage.tsx" -> "components/playlists/CreatePlaylistModal.tsx";
  "pages/PlaylistsPage.tsx" -> "components/playlists/EmptyPlaylistState.tsx";
  "pages/PlaylistsPage.tsx" -> "components/playlists/PlaylistCardExpandable.tsx";
  "pages/PlaylistsPage.tsx" -> "components/ui/Button.tsx";
  "pages/PlaylistsPage.tsx" -> "lib/hooks/useAuth.ts";
  "pages/PlaylistsPage.tsx" -> "lib/services/playlistService.ts";
  "pages/PlaylistsPage.tsx" -> "lib/services/storage.ts";
  "pages/PlaylistsPage.tsx" -> "types/music.ts";
  "pages/ProfilePage.tsx" -> "components/profile/ProfileCard.tsx";
  "pages/ProfilePage.tsx" -> "lib/constants/routes.ts";
  "pages/ProfilePage.tsx" -> "lib/hooks/useAuth.ts";
  "pages/ProfilePage.tsx" -> "lib/services/userService.ts";
  "pages/ProfilePage.tsx" -> "types/user.ts";
  "pages/RegisterArtistPage.tsx" -> "components/auth/ArtistRegisterForm.tsx";
  "pages/RegisterPage.tsx" -> "components/auth/RegisterForm.tsx";
  "pages/SettingsPage.tsx" -> "components/layout/PageHeader.tsx";
  "pages/SettingsPage.tsx" -> "components/layout/PageShell.tsx";
  "pages/SettingsPage.tsx" -> "components/settings/DeleteAccountDialog.tsx";
  "pages/SettingsPage.tsx" -> "components/settings/LanguageSettings.tsx";
  "pages/SettingsPage.tsx" -> "components/settings/NotificationSettings.tsx";
  "pages/SettingsPage.tsx" -> "components/settings/SoundSettings.tsx";
  "pages/SettingsPage.tsx" -> "lib/constants/routes.ts";
  "pages/SettingsPage.tsx" -> "lib/hooks/useAuth.ts";
  "pages/SettingsPage.tsx" -> "lib/services/settingsService.ts";
  "pages/SettingsPage.tsx" -> "lib/services/userService.ts";
  "pages/SettingsPage.tsx" -> "types/user.ts";
  "pages/SubscriptionPage.tsx" -> "components/layout/PageHeader.tsx";
  "pages/SubscriptionPage.tsx" -> "components/layout/PageShell.tsx";
  "pages/SubscriptionPage.tsx" -> "components/subscription/PlanCard.tsx";
  "pages/SubscriptionPage.tsx" -> "components/subscription/PlanComparisonTable.tsx";
  "pages/SubscriptionPage.tsx" -> "components/subscription/UpgradeModal.tsx";
  "pages/SubscriptionPage.tsx" -> "lib/hooks/useAuth.ts";
  "pages/SubscriptionPage.tsx" -> "lib/services/subscriptionService.ts";
  "pages/SubscriptionPage.tsx" -> "lib/services/userService.ts";
  "pages/SubscriptionPage.tsx" -> "types/subscription.ts";
+   "types/artist.ts" -> "types/music.ts";
+   "types/artist.ts" -> "types/user.ts";
  "types/subscription.ts" -> "types/user.ts";
}
